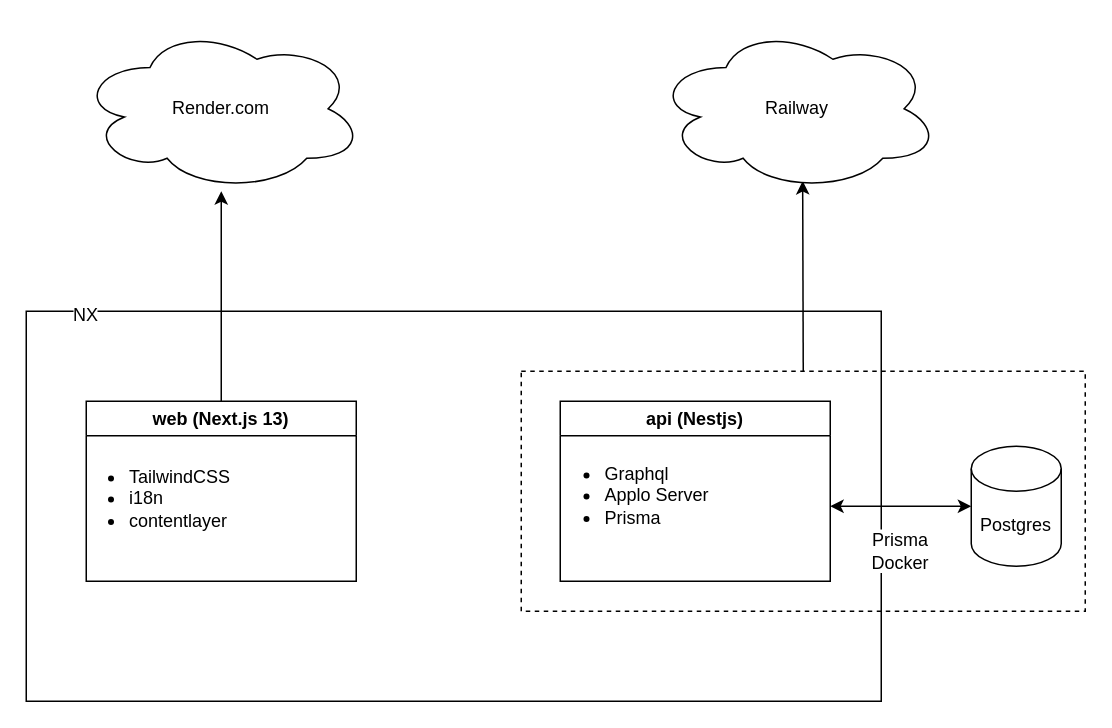
Earlier version of the draw.io diagram docs/architecture.drawio (atman-33/computing-atman-v4-mk2). Source tidied: cells renumbered, new cells numbered last; positions are measured from the earlier drawing's top-left corner, leaving out a move shared by most shapes. Both pictures are drawn from the tidied source at 150%, with x=0, y=0 at pixel (26, 26).
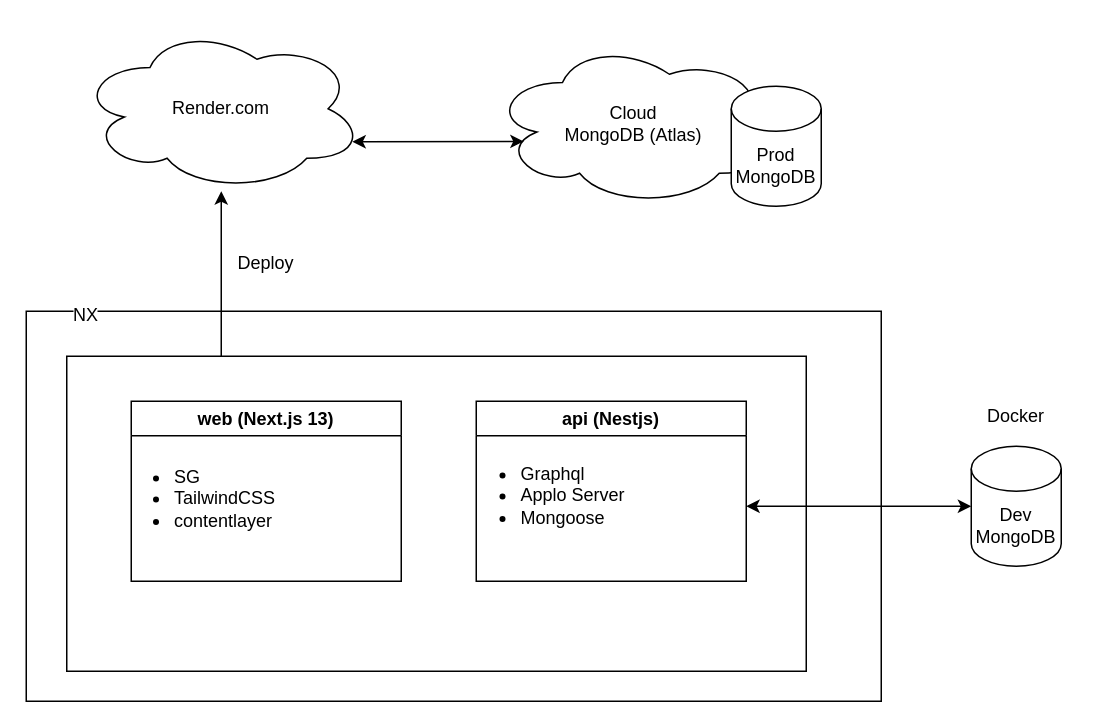
Above is the later version.

Change to the diagram source:
```diff
@@
 <mxGraphModel>
   <root>
     <mxCell id="0" />
     <mxCell id="1" parent="0" />
-    <mxCell id="2" style="whiteSpace=wrap;html=1;fillColor=none;dashed=1;" parent="1" vertex="1">
-      <mxGeometry x="330" y="230" width="376" height="160" as="geometry" />
-    </mxCell>
     <mxCell id="3" style="whiteSpace=wrap;html=1;fillColor=none;" parent="1" vertex="1">
       <mxGeometry y="190" width="570" height="260" as="geometry" />
     </mxCell>
+    <mxCell id="16" style="rounded=0;whiteSpace=wrap;html=1;fillColor=none;" parent="3" vertex="1">
+      <mxGeometry x="27" y="30" width="493" height="210" as="geometry" />
+    </mxCell>
+    <mxCell id="7" value="api (Nestjs)" style="swimlane;whiteSpace=wrap;html=1;" parent="3" vertex="1">
+      <mxGeometry x="300" y="60" width="180" height="120" as="geometry" />
+    </mxCell>
+    <mxCell id="8" value="&lt;p style=&quot;line-height: 100%;&quot;&gt;&lt;/p&gt;&lt;ul&gt;&lt;li&gt;Graphql&lt;/li&gt;&lt;li&gt;Applo Server&lt;/li&gt;&lt;li&gt;Mongoose&lt;/li&gt;&lt;/ul&gt;&lt;p&gt;&lt;/p&gt;" style="text;html=1;align=left;verticalAlign=middle;strokeColor=none;fillColor=none;spacing=2;spacingTop=0;" parent="7" vertex="1">
+      <mxGeometry x="-12" y="13" width="130" height="100" as="geometry" />
+    </mxCell>
-    <mxCell id="4" style="edgeStyle=none;html=1;exitX=0.5;exitY=0;exitDx=0;exitDy=0;" parent="1" edge="1" source="14" target="5">
-      <mxGeometry relative="1" as="geometry" />
+    <mxCell id="4" style="edgeStyle=none;html=1;" parent="1" edge="1" target="5">
+      <mxGeometry relative="1" as="geometry">
+        <mxPoint x="130" y="220" as="sourcePoint" />
+      </mxGeometry>
     </mxCell>
     <mxCell id="5" value="Render.com" style="ellipse;shape=cloud;whiteSpace=wrap;html=1;" parent="1" vertex="1">
       <mxGeometry x="35" width="190" height="110" as="geometry" />
     </mxCell>
-    <mxCell id="6" value="Postgres" style="shape=cylinder3;whiteSpace=wrap;html=1;boundedLbl=1;backgroundOutline=1;size=15;" parent="1" vertex="1">
+    <mxCell id="6" value="Dev&lt;br&gt;MongoDB" style="shape=cylinder3;whiteSpace=wrap;html=1;boundedLbl=1;backgroundOutline=1;size=15;" parent="1" vertex="1">
       <mxGeometry x="630" y="280" width="60" height="80" as="geometry" />
     </mxCell>
-    <mxCell id="7" value="api (Nestjs)" style="swimlane;whiteSpace=wrap;html=1;" parent="1" vertex="1">
-      <mxGeometry x="356" y="250" width="180" height="120" as="geometry" />
-    </mxCell>
-    <mxCell id="8" value="&lt;p style=&quot;line-height: 100%;&quot;&gt;&lt;/p&gt;&lt;ul&gt;&lt;li&gt;Graphql&lt;/li&gt;&lt;li&gt;Applo Server&lt;/li&gt;&lt;li&gt;Prisma&lt;/li&gt;&lt;/ul&gt;&lt;p&gt;&lt;/p&gt;" style="text;html=1;align=left;verticalAlign=middle;strokeColor=none;fillColor=none;spacing=2;spacingTop=0;" parent="7" vertex="1">
-      <mxGeometry x="-12" y="13" width="130" height="100" as="geometry" />
-    </mxCell>
     <mxCell id="9" style="endArrow=classic;startArrow=classic;html=1;entryX=0;entryY=0.5;entryDx=0;entryDy=0;entryPerimeter=0;" parent="1" edge="1" target="6">
       <mxGeometry relative="1" as="geometry">
-        <mxPoint x="536" y="320" as="sourcePoint" />
+        <mxPoint x="480" y="320" as="sourcePoint" />
       </mxGeometry>
     </mxCell>
-    <mxCell id="10" style="edgeStyle=none;html=1;exitX=0.5;exitY=0;exitDx=0;exitDy=0;entryX=0.519;entryY=0.938;entryDx=0;entryDy=0;entryPerimeter=0;" parent="1" edge="1" source="2" target="11">
-      <mxGeometry relative="1" as="geometry" />
-    </mxCell>
-    <mxCell id="11" value="Railway" style="ellipse;shape=cloud;whiteSpace=wrap;html=1;" parent="1" vertex="1">
-      <mxGeometry x="419" width="190" height="110" as="geometry" />
+    <mxCell id="11" value="Cloud&lt;br&gt;MongoDB (Atlas)" style="ellipse;shape=cloud;whiteSpace=wrap;html=1;" parent="1" vertex="1">
+      <mxGeometry x="310" y="10" width="190" height="110" as="geometry" />
     </mxCell>
     <mxCell id="12" value="NX" style="text;html=1;strokeColor=none;fillColor=none;align=center;verticalAlign=middle;whiteSpace=wrap;rounded=0;dashed=1;labelBackgroundColor=default;spacingLeft=0;" parent="1" vertex="1">
       <mxGeometry x="10" y="178" width="60" height="30" as="geometry" />
     </mxCell>
-    <mxCell id="13" value="&lt;span style=&quot;&quot;&gt;Prisma&lt;/span&gt;&lt;br&gt;&lt;span style=&quot;&quot;&gt;Docker&lt;/span&gt;" style="text;html=1;strokeColor=none;fillColor=none;align=center;verticalAlign=middle;whiteSpace=wrap;rounded=0;dashed=1;spacing=0;labelPosition=center;verticalLabelPosition=middle;labelBackgroundColor=default;" parent="1" vertex="1">
-      <mxGeometry x="550" y="330" width="66" height="40" as="geometry" />
-    </mxCell>
     <mxCell id="14" value="web (Next.js 13)" style="swimlane;whiteSpace=wrap;html=1;" parent="1" vertex="1">
-      <mxGeometry x="40" y="250" width="180" height="120" as="geometry" />
+      <mxGeometry x="70" y="250" width="180" height="120" as="geometry" />
     </mxCell>
-    <mxCell id="15" value="&lt;p style=&quot;line-height: 100%;&quot;&gt;&lt;/p&gt;&lt;ul&gt;&lt;li&gt;TailwindCSS&lt;/li&gt;&lt;li&gt;i18n&lt;/li&gt;&lt;li&gt;contentlayer&lt;/li&gt;&lt;/ul&gt;&lt;p&gt;&lt;/p&gt;" style="text;html=1;align=left;verticalAlign=middle;strokeColor=none;fillColor=none;spacing=2;spacingTop=0;" parent="14" vertex="1">
+    <mxCell id="15" value="&lt;p style=&quot;line-height: 100%;&quot;&gt;&lt;/p&gt;&lt;ul&gt;&lt;li&gt;SG&lt;/li&gt;&lt;li&gt;TailwindCSS&lt;/li&gt;&lt;li&gt;contentlayer&lt;/li&gt;&lt;/ul&gt;&lt;p&gt;&lt;/p&gt;" style="text;html=1;align=left;verticalAlign=middle;strokeColor=none;fillColor=none;spacing=2;spacingTop=0;" parent="14" vertex="1">
       <mxGeometry x="-13" y="15" width="130" height="100" as="geometry" />
     </mxCell>
+    <mxCell id="13" value="&lt;span style=&quot;&quot;&gt;Docker&lt;/span&gt;" style="text;html=1;strokeColor=none;fillColor=none;align=center;verticalAlign=middle;whiteSpace=wrap;rounded=0;dashed=1;spacing=0;labelPosition=center;verticalLabelPosition=middle;labelBackgroundColor=default;" parent="1" vertex="1">
+      <mxGeometry x="627" y="240" width="66" height="40" as="geometry" />
+    </mxCell>
+    <mxCell id="17" value="Prod&lt;br&gt;MongoDB" style="shape=cylinder3;whiteSpace=wrap;html=1;boundedLbl=1;backgroundOutline=1;size=15;" parent="1" vertex="1">
+      <mxGeometry x="470" y="40" width="60" height="80" as="geometry" />
+    </mxCell>
+    <mxCell id="18" style="endArrow=classic;startArrow=classic;html=1;entryX=0.96;entryY=0.7;entryDx=0;entryDy=0;entryPerimeter=0;exitX=0.114;exitY=0.607;exitDx=0;exitDy=0;exitPerimeter=0;" parent="1" edge="1" source="11" target="5">
+      <mxGeometry relative="1" as="geometry" />
+    </mxCell>
+    <mxCell id="19" value="&lt;span style=&quot;&quot;&gt;Deploy&lt;/span&gt;" style="text;html=1;strokeColor=none;fillColor=none;align=center;verticalAlign=middle;whiteSpace=wrap;rounded=0;dashed=1;spacing=0;labelPosition=center;verticalLabelPosition=middle;labelBackgroundColor=default;" parent="1" vertex="1">
+      <mxGeometry x="127" y="138" width="66" height="40" as="geometry" />
+    </mxCell>
   </root>
 </mxGraphModel>
```
